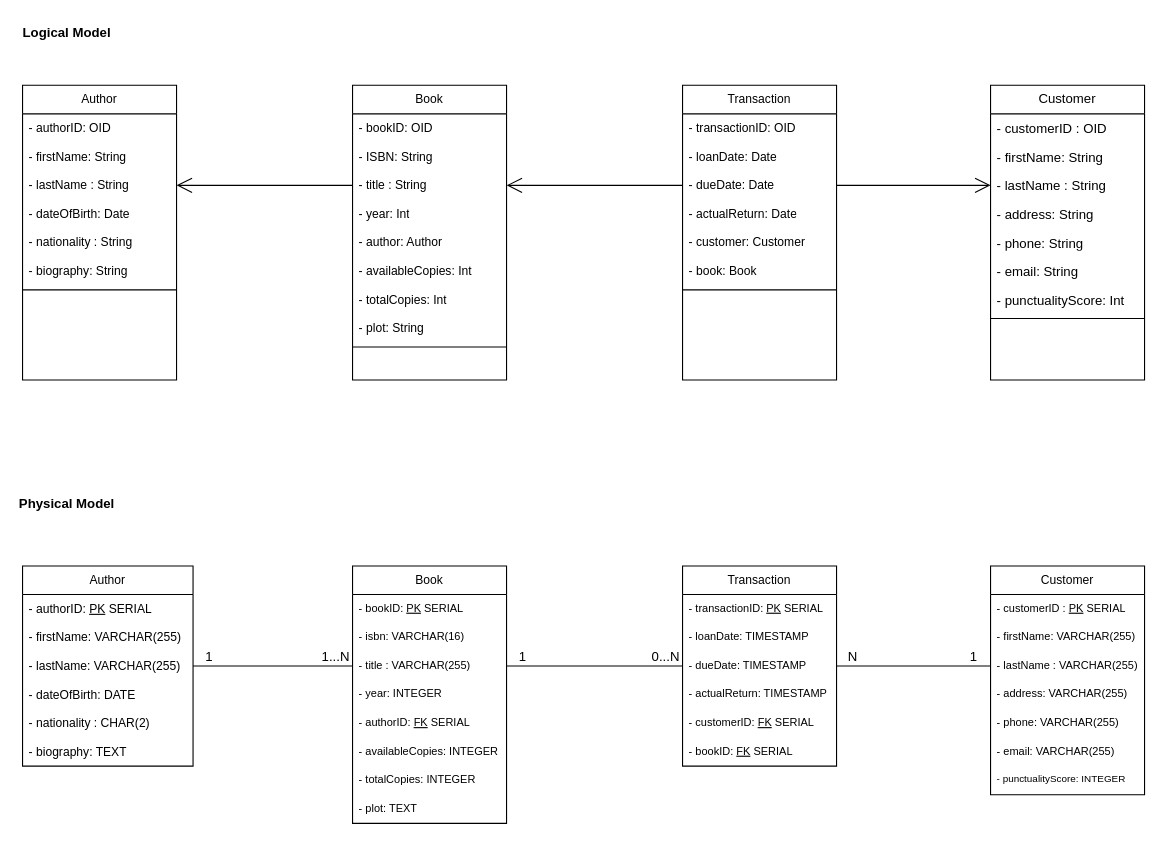
Above: docs/UML/UML.drawio.xml in pfumarola/ld-01 (draw.io), before the change. Source tidied: cells renumbered, new cells numbered last; positions are measured from the earlier drawing's top-left corner, leaving out a move shared by most shapes. Both pictures are drawn from the tidied source at 110%, with x=0, y=0 at pixel (22, 19).
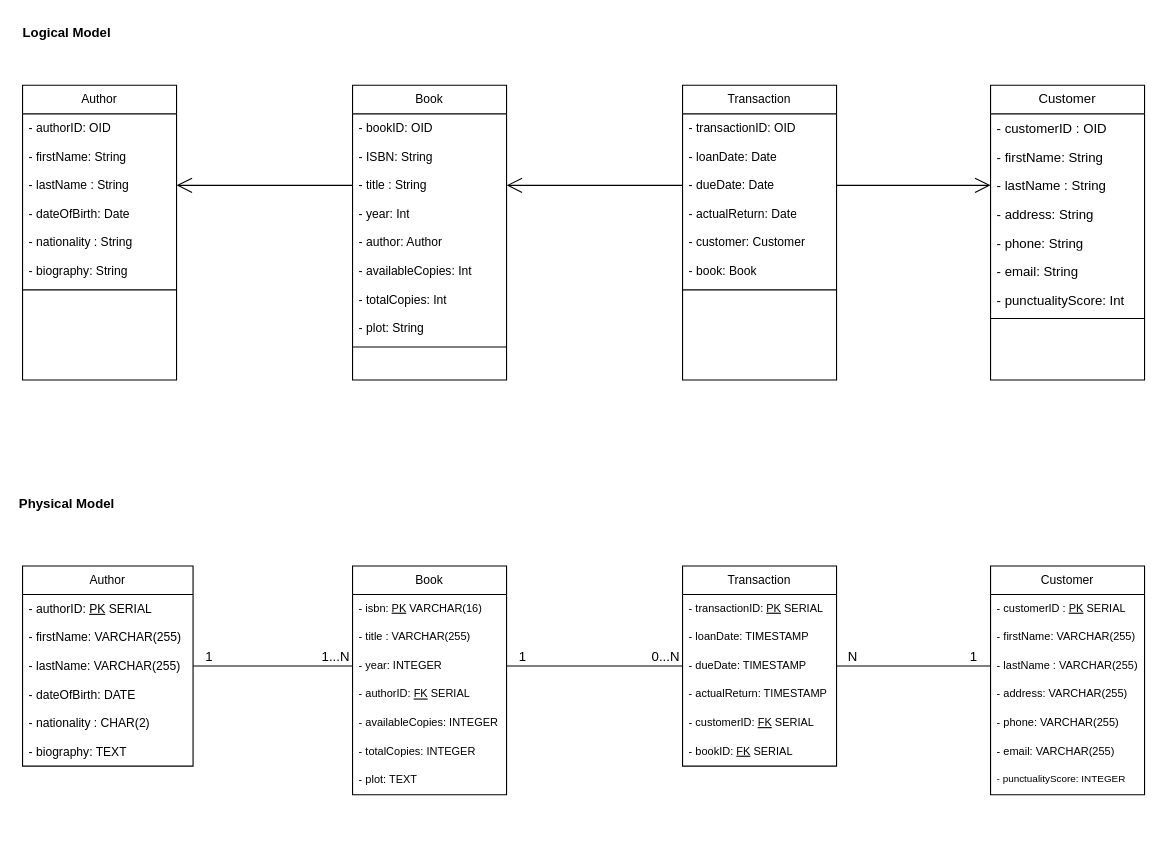
The same diagram, later.

The change refers to these unchanged cells:
```xml
<mxCell id="63" value="&lt;div style=&quot;font-size: 11px;&quot;&gt;- lastName: VARCHAR(255)&lt;/div&gt;" style="text;strokeColor=none;fillColor=none;align=left;verticalAlign=top;spacingLeft=4;spacingRight=4;overflow=hidden;points=[[0,0.5],[1,0.5]];portConstraint=eastwest;whiteSpace=wrap;html=1;fontSize=11;" parent="60" vertex="1">
  <mxGeometry y="78" width="155" height="26" as="geometry" />
</mxCell>
<mxCell id="78" value="- dueDate: TIMESTAMP" style="text;strokeColor=none;fillColor=none;align=left;verticalAlign=top;spacingLeft=4;spacingRight=4;overflow=hidden;points=[[0,0.5],[1,0.5]];portConstraint=eastwest;whiteSpace=wrap;html=1;fontSize=10;" parent="75" vertex="1">
  <mxGeometry y="78" width="140" height="26" as="geometry" />
</mxCell>
<mxCell id="87" value="1" style="text;html=1;strokeColor=none;fillColor=none;align=center;verticalAlign=middle;whiteSpace=wrap;rounded=0;" parent="1" vertex="1">
  <mxGeometry x="440" y="570" width="30" height="20" as="geometry" />
</mxCell>
```

Diff of the diagram source:
```diff
@@
     <mxCell id="51" value="Book" style="swimlane;fontStyle=0;horizontal=1;startSize=26;fillColor=none;whiteSpace=wrap;html=1;fontSize=11;" parent="1" vertex="1">
-      <mxGeometry x="300" y="497" width="140" height="234" as="geometry" />
+      <mxGeometry x="300" y="497" width="140" height="208" as="geometry" />
     </mxCell>
-    <mxCell id="52" value="- bookID: &lt;u style=&quot;font-size: 10px;&quot;&gt;PK&lt;/u&gt; SERIAL" style="text;strokeColor=none;fillColor=none;align=left;verticalAlign=top;spacingLeft=4;spacingRight=4;overflow=hidden;whiteSpace=wrap;html=1;fontSize=10;" parent="51" vertex="1">
-      <mxGeometry y="26" width="140" height="26" as="geometry" />
-    </mxCell>
-    <mxCell id="53" value="- isbn: VARCHAR(16)" style="text;strokeColor=none;fillColor=none;align=left;verticalAlign=top;spacingLeft=4;spacingRight=4;overflow=hidden;whiteSpace=wrap;html=1;fontSize=10;" parent="51" vertex="1">
-      <mxGeometry y="52" width="140" height="26" as="geometry" />
+    <mxCell id="53" value="- isbn: &lt;u&gt;PK&lt;/u&gt; VARCHAR(16)" style="text;strokeColor=none;fillColor=none;align=left;verticalAlign=top;spacingLeft=4;spacingRight=4;overflow=hidden;whiteSpace=wrap;html=1;fontSize=10;" parent="51" vertex="1">
+      <mxGeometry y="26" width="140" height="26" as="geometry" />
     </mxCell>
     <mxCell id="54" value="- title : VARCHAR(255)" style="text;strokeColor=none;fillColor=none;align=left;verticalAlign=top;spacingLeft=4;spacingRight=4;overflow=hidden;points=[[0,0.5],[1,0.5]];portConstraint=eastwest;whiteSpace=wrap;html=1;fontSize=10;" parent="51" vertex="1">
-      <mxGeometry y="78" width="140" height="26" as="geometry" />
+      <mxGeometry y="52" width="140" height="26" as="geometry" />
     </mxCell>
     <mxCell id="55" value="- year: INTEGER" style="text;strokeColor=none;fillColor=none;align=left;verticalAlign=top;spacingLeft=4;spacingRight=4;overflow=hidden;points=[[0,0.5],[1,0.5]];portConstraint=eastwest;whiteSpace=wrap;html=1;fontSize=10;" parent="51" vertex="1">
-      <mxGeometry y="104" width="140" height="26" as="geometry" />
+      <mxGeometry y="78" width="140" height="26" as="geometry" />
     </mxCell>
     <mxCell id="56" value="- authorID: &lt;u&gt;FK&lt;/u&gt; SERIAL" style="text;strokeColor=none;fillColor=none;align=left;verticalAlign=top;spacingLeft=4;spacingRight=4;overflow=hidden;whiteSpace=wrap;html=1;fontSize=10;" parent="51" vertex="1">
-      <mxGeometry y="130" width="140" height="26" as="geometry" />
+      <mxGeometry y="104" width="140" height="26" as="geometry" />
     </mxCell>
     <mxCell id="57" value="- availableCopies: INTEGER" style="text;strokeColor=none;fillColor=none;align=left;verticalAlign=top;spacingLeft=4;spacingRight=4;overflow=hidden;whiteSpace=wrap;html=1;fontSize=10;" parent="51" vertex="1">
-      <mxGeometry y="156" width="140" height="26" as="geometry" />
+      <mxGeometry y="130" width="140" height="26" as="geometry" />
     </mxCell>
     <mxCell id="58" value="- totalCopies: INTEGER" style="text;strokeColor=none;fillColor=none;align=left;verticalAlign=top;spacingLeft=4;spacingRight=4;overflow=hidden;whiteSpace=wrap;html=1;fontSize=10;" parent="51" vertex="1">
-      <mxGeometry y="182" width="140" height="26" as="geometry" />
+      <mxGeometry y="156" width="140" height="26" as="geometry" />
     </mxCell>
     <mxCell id="59" value="- plot: TEXT" style="text;strokeColor=none;fillColor=none;align=left;verticalAlign=top;spacingLeft=4;spacingRight=4;overflow=hidden;whiteSpace=wrap;html=1;fontSize=10;" parent="51" vertex="1">
-      <mxGeometry y="208" width="140" height="26" as="geometry" />
+      <mxGeometry y="182" width="140" height="26" as="geometry" />
     </mxCell>
@@
-    <mxCell id="82" style="endArrow=none;endFill=0;endSize=12;html=1;rounded=0;exitX=0;exitY=0.5;exitDx=0;exitDy=0;entryX=1;entryY=0.5;entryDx=0;entryDy=0;" parent="1" edge="1" source="54" target="63">
+    <mxCell id="82" style="endArrow=none;endFill=0;endSize=12;html=1;rounded=0;exitX=0;exitY=0.5;exitDx=0;exitDy=0;entryX=1;entryY=0.5;entryDx=0;entryDy=0;" parent="1" edge="1" source="55" target="63">
       <mxGeometry relative="1" as="geometry" />
     </mxCell>
-    <mxCell id="83" style="endArrow=none;endFill=0;endSize=12;html=1;rounded=0;exitX=0;exitY=0.5;exitDx=0;exitDy=0;entryX=1;entryY=0.5;entryDx=0;entryDy=0;" parent="1" edge="1" source="78" target="54">
+    <mxCell id="83" style="endArrow=none;endFill=0;endSize=12;html=1;rounded=0;exitX=0;exitY=0.5;exitDx=0;exitDy=0;entryX=0.014;entryY=0.9;entryDx=0;entryDy=0;entryPerimeter=0;" parent="1" edge="1" source="78" target="87">
       <mxGeometry relative="1" as="geometry" />
     </mxCell>
```
